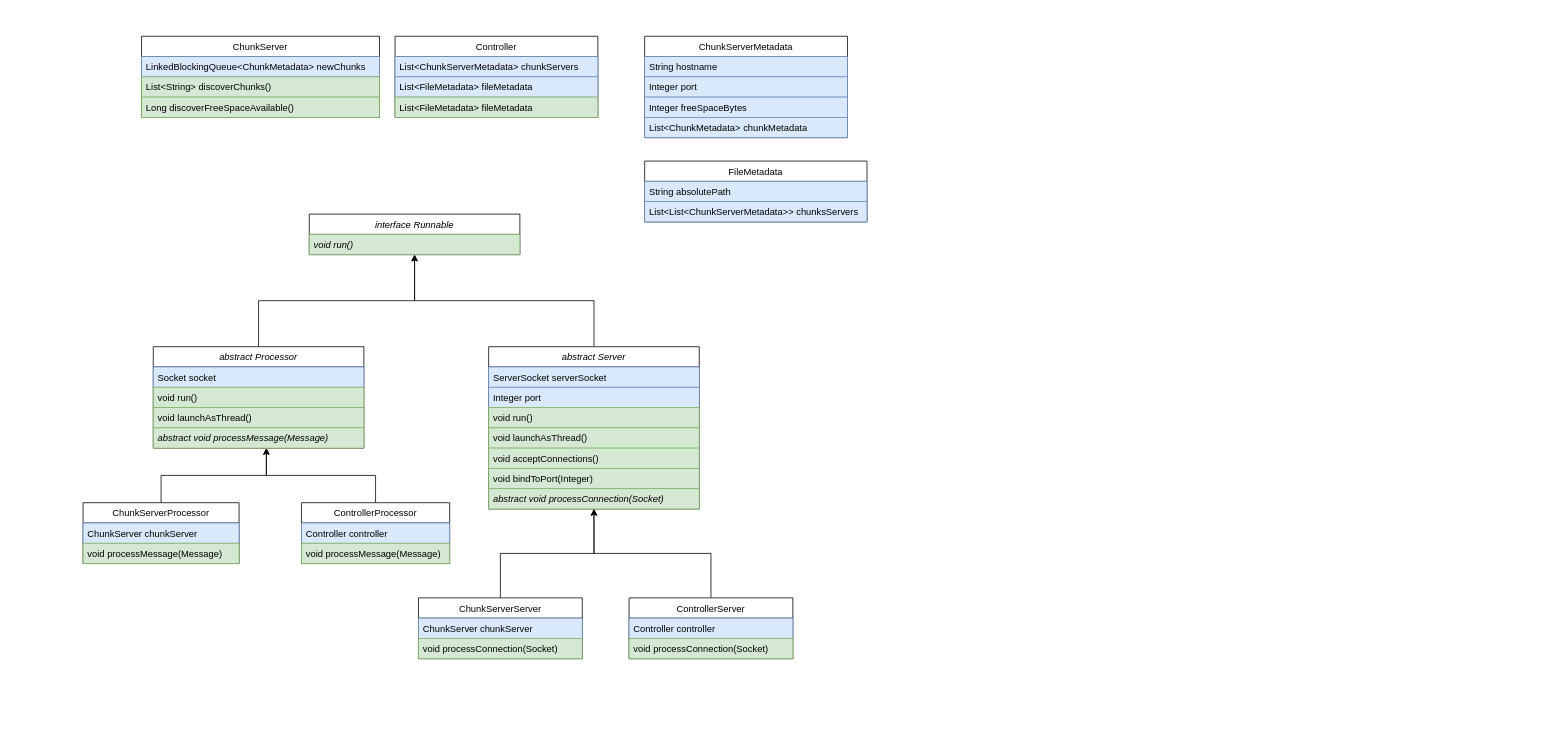
The draw.io diagram docs/HLO.drawio in inf0rmatiker/distribufile, before the edit. Source tidied: cells renumbered, new cells numbered last; positions are measured from the earlier drawing's top-left corner, leaving out a move shared by most shapes. Both pictures are drawn from the tidied source at 78%, with x=0, y=0 at pixel (83, 36).
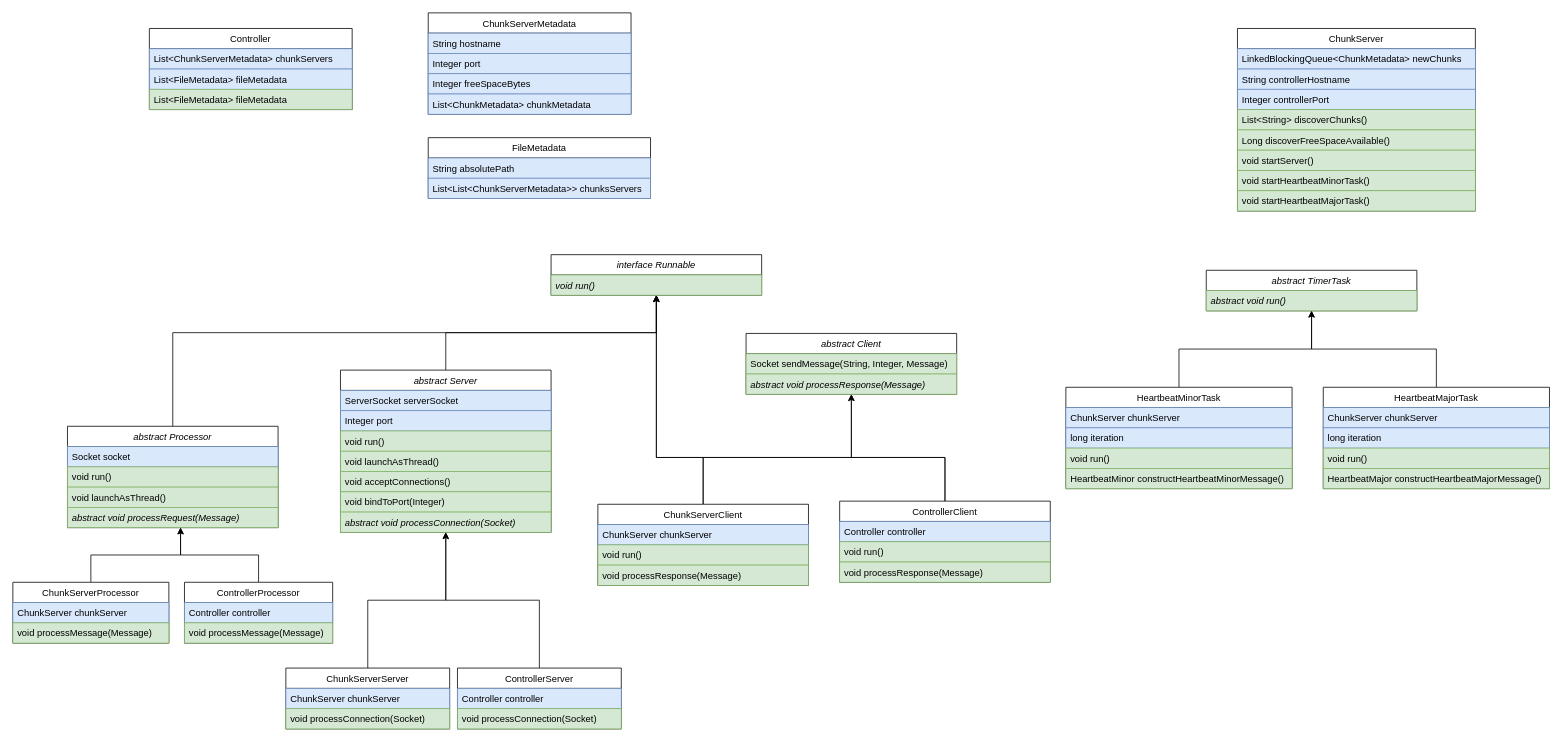
Above is the later version.

The change refers to these unchanged cells:
```xml
<mxCell id="46" value="void run()" style="text;strokeColor=#82b366;fillColor=#d5e8d4;align=left;verticalAlign=top;spacingLeft=4;spacingRight=4;overflow=hidden;points=[[0,0.5],[1,0.5]];portConstraint=eastwest;fontStyle=2;" parent="45" vertex="1">
  <mxGeometry y="26" width="270" height="26" as="geometry" />
</mxCell>
```

Change to the diagram source:
```diff
@@
     <mxCell id="2" value="Controller" style="swimlane;fontStyle=0;horizontal=1;startSize=26;" parent="1" vertex="1">
-      <mxGeometry x="400" width="260" height="104" as="geometry" />
+      <mxGeometry x="85" y="-10" width="260" height="104" as="geometry" />
     </mxCell>
@@
     <mxCell id="6" value="ChunkServer" style="swimlane;fontStyle=0;horizontal=1;startSize=26;" parent="1" vertex="1">
-      <mxGeometry x="75" width="305" height="104" as="geometry" />
+      <mxGeometry x="1480" y="-10" width="305" height="234" as="geometry" />
     </mxCell>
@@
+    <mxCell id="51" value="String controllerHostname" style="text;strokeColor=#6c8ebf;fillColor=#dae8fc;align=left;verticalAlign=top;spacingLeft=4;spacingRight=4;overflow=hidden;" parent="6" vertex="1">
+      <mxGeometry y="52" width="305" height="26" as="geometry" />
+    </mxCell>
+    <mxCell id="52" value="Integer controllerPort" style="text;strokeColor=#6c8ebf;fillColor=#dae8fc;align=left;verticalAlign=top;spacingLeft=4;spacingRight=4;overflow=hidden;" parent="6" vertex="1">
+      <mxGeometry y="78" width="305" height="26" as="geometry" />
+    </mxCell>
     <mxCell id="8" value="List&lt;String&gt; discoverChunks()" style="text;strokeColor=#82b366;fillColor=#d5e8d4;align=left;verticalAlign=top;spacingLeft=4;spacingRight=4;overflow=hidden;" parent="6" vertex="1">
-      <mxGeometry y="52" width="305" height="26" as="geometry" />
+      <mxGeometry y="104" width="305" height="26" as="geometry" />
     </mxCell>
-    <mxCell id="9" value="Long discoverFreeSpaceAvailable()" style="text;strokeColor=#82b366;fillColor=#d5e8d4;align=left;verticalAlign=top;spacingLeft=4;spacingRight=4;overflow=hidden;" parent="6" vertex="1">
-      <mxGeometry y="78" width="305" height="26" as="geometry" />
+    <mxCell id="9" value="Long discoverFreeSpaceAvailable()" style="text;strokeColor=#82b366;fillColor=#d5e8d4;align=left;verticalAlign=top;spacingLeft=4;spacingRight=4;overflow=hidden;fontStyle=0;" parent="6" vertex="1">
+      <mxGeometry y="130" width="305" height="26" as="geometry" />
     </mxCell>
+    <mxCell id="53" value="void startServer()" style="text;strokeColor=#82b366;fillColor=#d5e8d4;align=left;verticalAlign=top;spacingLeft=4;spacingRight=4;overflow=hidden;fontStyle=0;" parent="6" vertex="1">
+      <mxGeometry y="156" width="305" height="26" as="geometry" />
+    </mxCell>
+    <mxCell id="54" value="void startHeartbeatMinorTask()" style="text;strokeColor=#82b366;fillColor=#d5e8d4;align=left;verticalAlign=top;spacingLeft=4;spacingRight=4;overflow=hidden;fontStyle=0;" parent="6" vertex="1">
+      <mxGeometry y="182" width="305" height="26" as="geometry" />
+    </mxCell>
+    <mxCell id="55" value="void startHeartbeatMajorTask()" style="text;strokeColor=#82b366;fillColor=#d5e8d4;align=left;verticalAlign=top;spacingLeft=4;spacingRight=4;overflow=hidden;fontStyle=0;" parent="6" vertex="1">
+      <mxGeometry y="208" width="305" height="26" as="geometry" />
+    </mxCell>
     <mxCell id="10" value="ChunkServerMetadata" style="swimlane;fontStyle=0;horizontal=1;startSize=26;" parent="1" vertex="1">
-      <mxGeometry x="720" width="260" height="130" as="geometry" />
+      <mxGeometry x="442.5" y="-30" width="260" height="130" as="geometry" />
     </mxCell>
@@
     <mxCell id="15" value="FileMetadata" style="swimlane;fontStyle=0;horizontal=1;startSize=26;" parent="1" vertex="1">
-      <mxGeometry x="720" y="160" width="285" height="78" as="geometry" />
+      <mxGeometry x="442.5" y="130" width="285" height="78" as="geometry" />
     </mxCell>
@@
     <mxCell id="19" value="ChunkServerProcessor" style="swimlane;fontStyle=0;horizontal=1;startSize=26;" parent="1" vertex="1">
-      <mxGeometry y="598" width="200" height="78" as="geometry" />
+      <mxGeometry x="-90" y="700" width="200" height="78" as="geometry" />
     </mxCell>
@@
     <mxCell id="23" value="ChunkServerServer" style="swimlane;fontStyle=0;horizontal=1;startSize=26;" parent="1" vertex="1">
-      <mxGeometry x="430" y="720" width="210" height="78" as="geometry" />
+      <mxGeometry x="260" y="810" width="210" height="78" as="geometry" />
     </mxCell>
@@
     <mxCell id="27" value="abstract Server" style="swimlane;fontStyle=2;horizontal=1;startSize=26;" parent="1" vertex="1">
-      <mxGeometry x="520" y="398" width="270" height="208" as="geometry" />
+      <mxGeometry x="330" y="428" width="270" height="208" as="geometry" />
     </mxCell>
@@
     <mxCell id="35" style="edgeStyle=orthogonalEdgeStyle;rounded=0;jettySize=auto;html=1;exitX=0.5;exitY=0;exitDx=0;exitDy=0;entryX=0.5;entryY=1;entryDx=0;entryDy=0;entryPerimeter=0;" parent="1" edge="1" source="36" target="46">
-      <mxGeometry relative="1" as="geometry" />
+      <mxGeometry relative="1" as="geometry">
+        <Array as="points">
+          <mxPoint x="115" y="380" />
+          <mxPoint x="735" y="380" />
+        </Array>
+      </mxGeometry>
     </mxCell>
     <mxCell id="36" value="abstract Processor" style="swimlane;fontStyle=2;horizontal=1;startSize=26;" parent="1" vertex="1">
-      <mxGeometry x="90" y="398" width="270" height="130" as="geometry" />
+      <mxGeometry x="-20" y="500" width="270" height="130" as="geometry" />
     </mxCell>
@@
-    <mxCell id="40" value="abstract void processMessage(Message)" style="text;strokeColor=#82b366;fillColor=#d5e8d4;align=left;verticalAlign=top;spacingLeft=4;spacingRight=4;overflow=hidden;points=[[0,0.5],[1,0.5]];portConstraint=eastwest;fontStyle=2;" parent="36" vertex="1">
+    <mxCell id="40" value="abstract void processRequest(Message)" style="text;strokeColor=#82b366;fillColor=#d5e8d4;align=left;verticalAlign=top;spacingLeft=4;spacingRight=4;overflow=hidden;points=[[0,0.5],[1,0.5]];portConstraint=eastwest;fontStyle=2;" parent="36" vertex="1">
       <mxGeometry y="104" width="270" height="26" as="geometry" />
     </mxCell>
@@
     <mxCell id="42" value="ControllerProcessor" style="swimlane;fontStyle=0;horizontal=1;startSize=26;" parent="1" vertex="1">
-      <mxGeometry x="280" y="598" width="190" height="78" as="geometry" />
+      <mxGeometry x="130" y="700" width="190" height="78" as="geometry" />
     </mxCell>
@@
     <mxCell id="45" value="interface Runnable" style="swimlane;fontStyle=2;horizontal=1;startSize=26;" parent="1" vertex="1">
-      <mxGeometry x="290" y="228" width="270" height="52" as="geometry" />
+      <mxGeometry x="600" y="280" width="270" height="52" as="geometry" />
     </mxCell>
@@
     <mxCell id="48" value="ControllerServer" style="swimlane;fontStyle=0;horizontal=1;startSize=26;" parent="1" vertex="1">
-      <mxGeometry x="700" y="720" width="210" height="78" as="geometry" />
+      <mxGeometry x="480" y="810" width="210" height="78" as="geometry" />
     </mxCell>
@@
+    <mxCell id="56" value="abstract Client" style="swimlane;fontStyle=2;horizontal=1;startSize=26;" parent="1" vertex="1">
+      <mxGeometry x="850" y="381" width="270" height="78" as="geometry" />
+    </mxCell>
+    <mxCell id="57" value="Socket sendMessage(String, Integer, Message)" style="text;strokeColor=#82b366;fillColor=#d5e8d4;align=left;verticalAlign=top;spacingLeft=4;spacingRight=4;overflow=hidden;fontStyle=0;" parent="56" vertex="1">
+      <mxGeometry y="26" width="270" height="26" as="geometry" />
+    </mxCell>
+    <mxCell id="58" value="abstract void processResponse(Message)" style="text;strokeColor=#82b366;fillColor=#d5e8d4;align=left;verticalAlign=top;spacingLeft=4;spacingRight=4;overflow=hidden;fontStyle=2;" parent="56" vertex="1">
+      <mxGeometry y="52" width="270" height="26" as="geometry" />
+    </mxCell>
+    <mxCell id="59" value="abstract TimerTask" style="swimlane;fontStyle=2;horizontal=1;startSize=26;" parent="1" vertex="1">
+      <mxGeometry x="1440" y="300" width="270" height="52" as="geometry" />
+    </mxCell>
+    <mxCell id="60" value="abstract void run()" style="text;strokeColor=#82b366;fillColor=#d5e8d4;align=left;verticalAlign=top;spacingLeft=4;spacingRight=4;overflow=hidden;fontStyle=2;" parent="59" vertex="1">
+      <mxGeometry y="26" width="270" height="26" as="geometry" />
+    </mxCell>
+    <mxCell id="61" style="edgeStyle=orthogonalEdgeStyle;rounded=0;jettySize=auto;html=1;exitX=0.5;exitY=0;exitDx=0;exitDy=0;entryX=0.5;entryY=1;entryDx=0;entryDy=0;" parent="1" edge="1" source="62" target="59">
+      <mxGeometry relative="1" as="geometry" />
+    </mxCell>
+    <mxCell id="62" value="HeartbeatMinorTask" style="swimlane;fontStyle=0;horizontal=1;startSize=26;" parent="1" vertex="1">
+      <mxGeometry x="1260" y="450" width="290" height="130" as="geometry" />
+    </mxCell>
+    <mxCell id="63" value="ChunkServer chunkServer" style="text;strokeColor=#6c8ebf;fillColor=#dae8fc;align=left;verticalAlign=top;spacingLeft=4;spacingRight=4;overflow=hidden;fontStyle=0;" parent="62" vertex="1">
+      <mxGeometry y="26" width="290" height="26" as="geometry" />
+    </mxCell>
+    <mxCell id="64" value="long iteration" style="text;strokeColor=#6c8ebf;fillColor=#dae8fc;align=left;verticalAlign=top;spacingLeft=4;spacingRight=4;overflow=hidden;fontStyle=0;" parent="62" vertex="1">
+      <mxGeometry y="52" width="290" height="26" as="geometry" />
+    </mxCell>
+    <mxCell id="65" value="void run()" style="text;strokeColor=#82b366;fillColor=#d5e8d4;align=left;verticalAlign=top;spacingLeft=4;spacingRight=4;overflow=hidden;fontStyle=0;" parent="62" vertex="1">
+      <mxGeometry y="78" width="290" height="26" as="geometry" />
+    </mxCell>
+    <mxCell id="66" value="HeartbeatMinor constructHeartbeatMinorMessage()" style="text;strokeColor=#82b366;fillColor=#d5e8d4;align=left;verticalAlign=top;spacingLeft=4;spacingRight=4;overflow=hidden;fontStyle=0;" parent="62" vertex="1">
+      <mxGeometry y="104" width="290" height="26" as="geometry" />
+    </mxCell>
+    <mxCell id="67" style="edgeStyle=orthogonalEdgeStyle;rounded=0;jettySize=auto;html=1;exitX=0.5;exitY=0;exitDx=0;exitDy=0;entryX=0.5;entryY=1;entryDx=0;entryDy=0;" parent="1" edge="1" source="68" target="59">
+      <mxGeometry relative="1" as="geometry" />
+    </mxCell>
+    <mxCell id="68" value="HeartbeatMajorTask" style="swimlane;fontStyle=0;horizontal=1;startSize=26;" parent="1" vertex="1">
+      <mxGeometry x="1590" y="450" width="290" height="130" as="geometry" />
+    </mxCell>
+    <mxCell id="69" value="ChunkServer chunkServer" style="text;strokeColor=#6c8ebf;fillColor=#dae8fc;align=left;verticalAlign=top;spacingLeft=4;spacingRight=4;overflow=hidden;fontStyle=0;" parent="68" vertex="1">
+      <mxGeometry y="26" width="290" height="26" as="geometry" />
+    </mxCell>
+    <mxCell id="70" value="long iteration" style="text;strokeColor=#6c8ebf;fillColor=#dae8fc;align=left;verticalAlign=top;spacingLeft=4;spacingRight=4;overflow=hidden;fontStyle=0;" parent="68" vertex="1">
+      <mxGeometry y="52" width="290" height="26" as="geometry" />
+    </mxCell>
+    <mxCell id="71" value="void run()" style="text;strokeColor=#82b366;fillColor=#d5e8d4;align=left;verticalAlign=top;spacingLeft=4;spacingRight=4;overflow=hidden;fontStyle=0;" parent="68" vertex="1">
+      <mxGeometry y="78" width="290" height="26" as="geometry" />
+    </mxCell>
+    <mxCell id="72" value="HeartbeatMajor constructHeartbeatMajorMessage()" style="text;strokeColor=#82b366;fillColor=#d5e8d4;align=left;verticalAlign=top;spacingLeft=4;spacingRight=4;overflow=hidden;fontStyle=0;" parent="68" vertex="1">
+      <mxGeometry y="104" width="290" height="26" as="geometry" />
+    </mxCell>
+    <mxCell id="73" style="edgeStyle=orthogonalEdgeStyle;rounded=0;jettySize=auto;html=1;exitX=0.5;exitY=0;exitDx=0;exitDy=0;" parent="1" edge="1" source="75" target="45">
+      <mxGeometry relative="1" as="geometry">
+        <Array as="points">
+          <mxPoint x="795" y="540" />
+          <mxPoint x="735" y="540" />
+        </Array>
+      </mxGeometry>
+    </mxCell>
+    <mxCell id="74" style="edgeStyle=orthogonalEdgeStyle;rounded=0;jettySize=auto;html=1;exitX=0.5;exitY=0;exitDx=0;exitDy=0;entryX=0.5;entryY=1;entryDx=0;entryDy=0;" parent="1" edge="1" source="75" target="56">
+      <mxGeometry relative="1" as="geometry">
+        <Array as="points">
+          <mxPoint x="795" y="540" />
+          <mxPoint x="985" y="540" />
+        </Array>
+      </mxGeometry>
+    </mxCell>
+    <mxCell id="75" value="ChunkServerClient" style="swimlane;fontStyle=0;horizontal=1;startSize=26;" parent="1" vertex="1">
+      <mxGeometry x="660" y="600" width="270" height="104" as="geometry" />
+    </mxCell>
+    <mxCell id="76" value="ChunkServer chunkServer" style="text;strokeColor=#6c8ebf;fillColor=#dae8fc;align=left;verticalAlign=top;spacingLeft=4;spacingRight=4;overflow=hidden;fontStyle=0;" parent="75" vertex="1">
+      <mxGeometry y="26" width="270" height="26" as="geometry" />
+    </mxCell>
+    <mxCell id="77" value="void run()" style="text;strokeColor=#82b366;fillColor=#d5e8d4;align=left;verticalAlign=top;spacingLeft=4;spacingRight=4;overflow=hidden;fontStyle=0;" parent="75" vertex="1">
+      <mxGeometry y="52" width="270" height="26" as="geometry" />
+    </mxCell>
+    <mxCell id="78" value="void processResponse(Message)" style="text;strokeColor=#82b366;fillColor=#d5e8d4;align=left;verticalAlign=top;spacingLeft=4;spacingRight=4;overflow=hidden;fontStyle=0;" parent="75" vertex="1">
+      <mxGeometry y="78" width="270" height="26" as="geometry" />
+    </mxCell>
+    <mxCell id="79" style="edgeStyle=orthogonalEdgeStyle;rounded=0;jettySize=auto;html=1;exitX=0.5;exitY=0;exitDx=0;exitDy=0;entryX=0.5;entryY=1;entryDx=0;entryDy=0;" parent="1" edge="1" source="81" target="56">
+      <mxGeometry relative="1" as="geometry">
+        <Array as="points">
+          <mxPoint x="1105" y="540" />
+          <mxPoint x="985" y="540" />
+        </Array>
+      </mxGeometry>
+    </mxCell>
+    <mxCell id="80" style="edgeStyle=orthogonalEdgeStyle;rounded=0;jettySize=auto;html=1;exitX=0.5;exitY=0;exitDx=0;exitDy=0;entryX=0.5;entryY=1;entryDx=0;entryDy=0;" parent="1" edge="1" source="81" target="45">
+      <mxGeometry relative="1" as="geometry">
+        <Array as="points">
+          <mxPoint x="1105" y="540" />
+          <mxPoint x="735" y="540" />
+        </Array>
+      </mxGeometry>
+    </mxCell>
+    <mxCell id="81" value="ControllerClient" style="swimlane;fontStyle=0;horizontal=1;startSize=26;" parent="1" vertex="1">
+      <mxGeometry x="970" y="596" width="270" height="104" as="geometry" />
+    </mxCell>
+    <mxCell id="82" value="Controller controller" style="text;strokeColor=#6c8ebf;fillColor=#dae8fc;align=left;verticalAlign=top;spacingLeft=4;spacingRight=4;overflow=hidden;fontStyle=0;" parent="81" vertex="1">
+      <mxGeometry y="26" width="270" height="26" as="geometry" />
+    </mxCell>
+    <mxCell id="83" value="void run()" style="text;strokeColor=#82b366;fillColor=#d5e8d4;align=left;verticalAlign=top;spacingLeft=4;spacingRight=4;overflow=hidden;fontStyle=0;" parent="81" vertex="1">
+      <mxGeometry y="52" width="270" height="26" as="geometry" />
+    </mxCell>
+    <mxCell id="84" value="void processResponse(Message)" style="text;strokeColor=#82b366;fillColor=#d5e8d4;align=left;verticalAlign=top;spacingLeft=4;spacingRight=4;overflow=hidden;fontStyle=0;" parent="81" vertex="1">
+      <mxGeometry y="78" width="270" height="26" as="geometry" />
+    </mxCell>
```
